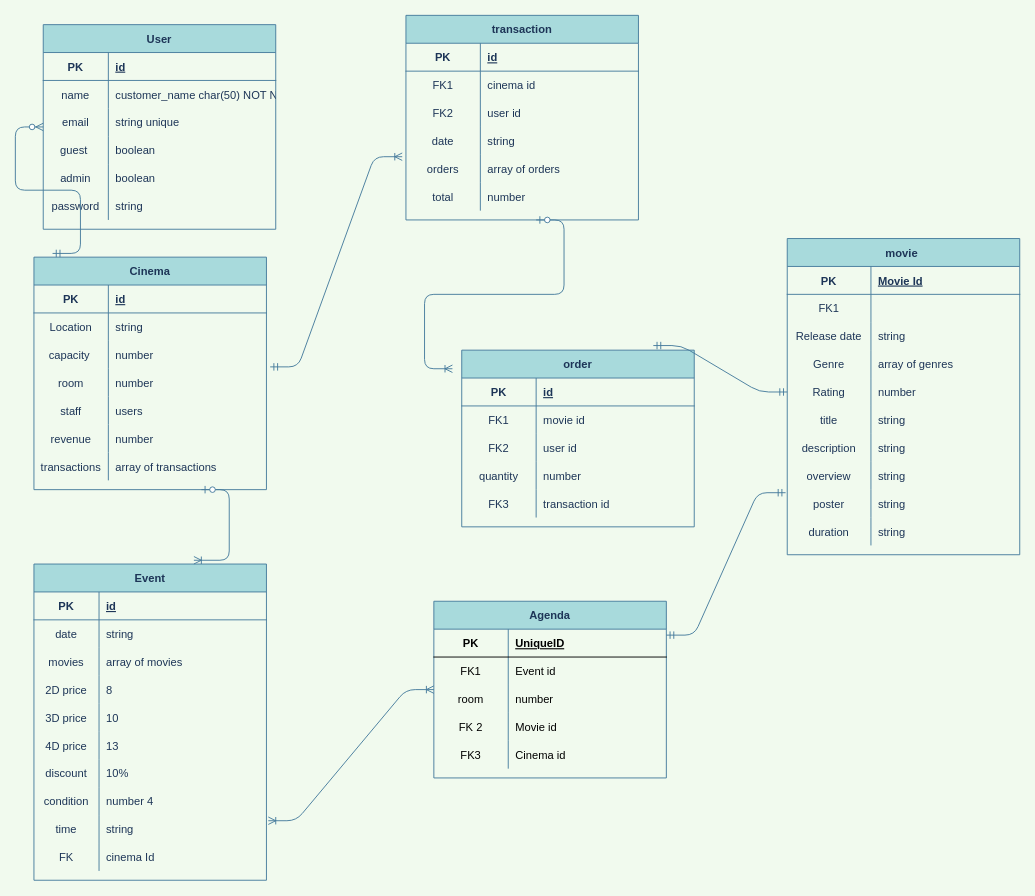
This is Untitled Diagram.drawio from ultrahumus9000/Boolean-Final-Project-Backend, a draw.io file, before an edit. Source tidied: cells renumbered, new cells numbered last; positions are measured from the earlier drawing's top-left corner, leaving out a move shared by most shapes. Both pictures are drawn from the tidied source at 93%, with x=0, y=0 at pixel (33, 15).
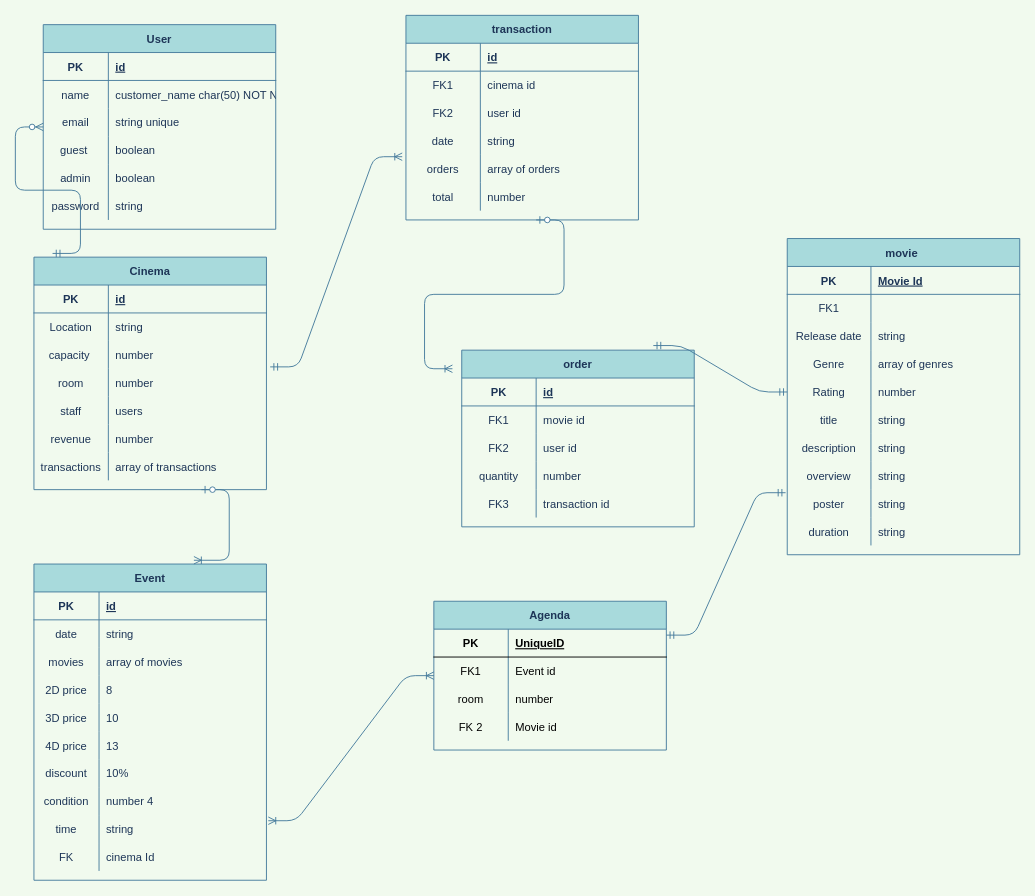
The same page after the edit.

Diff of the diagram source:
```diff
@@
     <mxCell id="146" value="Agenda" style="shape=table;startSize=30;childLayout=tableLayout;rowLines=0;fontStyle=1;align=center;rounded=0;sketch=0;fontColor=#1D3557;strokeColor=#457B9D;fillColor=#A8DADC;" parent="1" vertex="1">
-      <mxGeometry x="430" y="630" width="250" height="190" as="geometry" />
+      <mxGeometry x="430" y="630" width="250" height="160" as="geometry" />
     </mxCell>
@@
-    <mxCell id="159" style="shape=partialRectangle;fillColor=none;top=0;left=0;bottom=0;right=0;" parent="146" vertex="1">
-      <mxGeometry y="150" width="250" height="30" as="geometry" />
-    </mxCell>
-    <mxCell id="160" value="FK3" style="shape=partialRectangle;fillColor=none;top=0;left=0;bottom=0;right=0;overflow=hidden;" parent="159" vertex="1">
-      <mxGeometry width="80" height="30" as="geometry" />
-    </mxCell>
-    <mxCell id="161" value="Cinema id" style="shape=partialRectangle;fillColor=none;top=0;left=0;bottom=0;right=0;align=left;spacingLeft=6;overflow=hidden;" parent="159" vertex="1">
-      <mxGeometry x="80" width="170" height="30" as="geometry" />
-    </mxCell>
```
